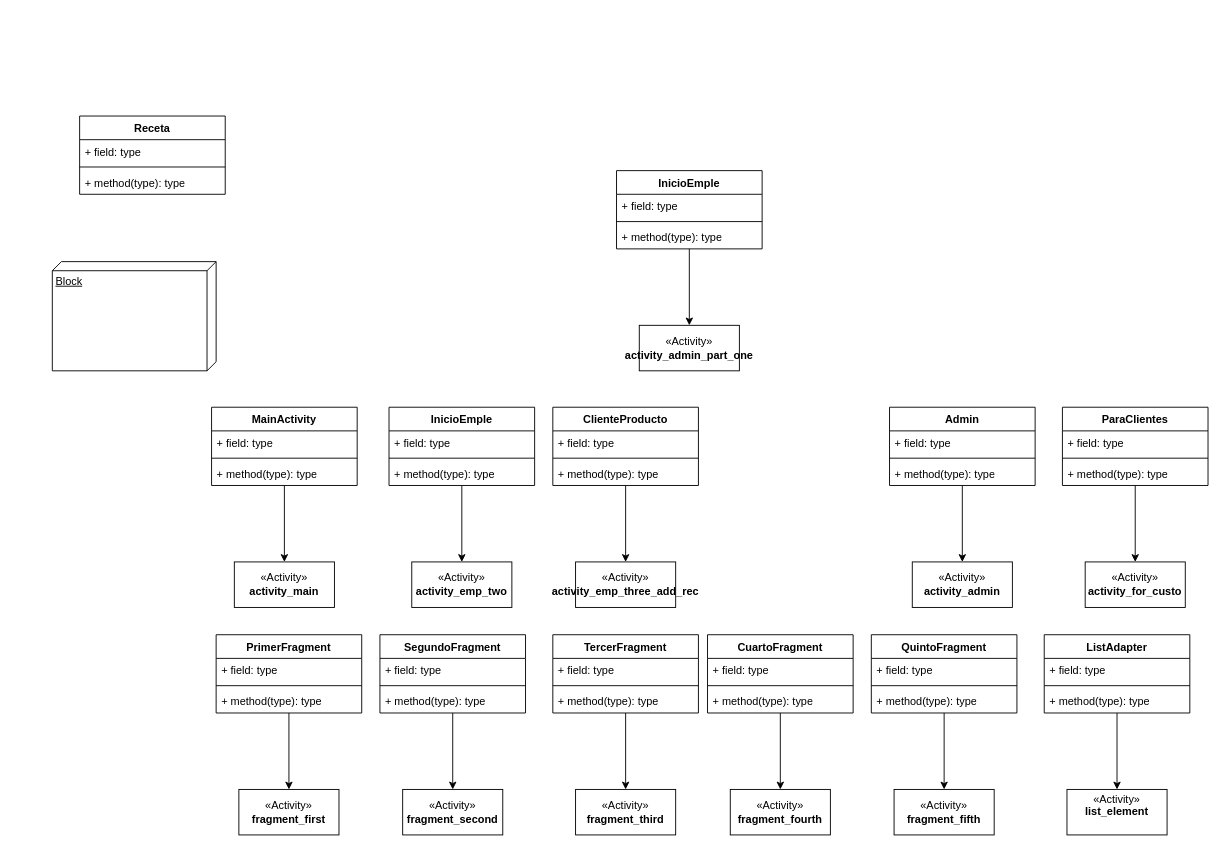
Above: ProyectoMiso.drawio in 122309/ProyectoPublicoMiso (draw.io), before the change. Source tidied: cells renumbered, new cells numbered last; positions are measured from the earlier drawing's top-left corner, leaving out a move shared by most shapes. Both pictures are drawn from the tidied source at 91%, with x=0, y=0 at pixel (52, 116).
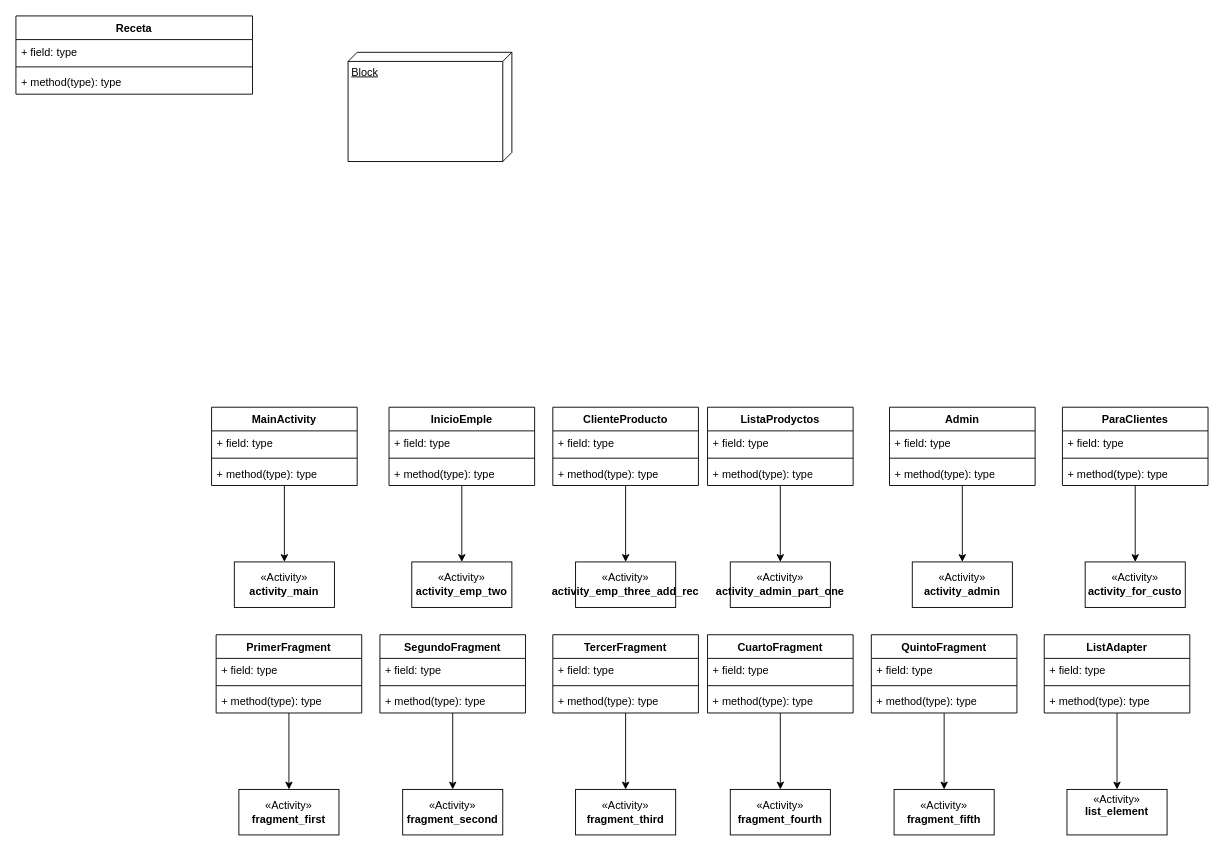
The same page after the edit.

What changed in the source:
```diff
@@
     <mxCell id="2" value="Receta" style="swimlane;fontStyle=1;align=center;verticalAlign=top;horizontal=1;startSize=26;whiteSpace=wrap;html=1;" parent="1" vertex="1">
-      <mxGeometry x="30" width="160" height="86" as="geometry" />
+      <mxGeometry x="-40" y="-110" width="260" height="86" as="geometry" />
     </mxCell>
     <mxCell id="3" value="+ field: type&lt;div&gt;&lt;br&gt;&lt;/div&gt;" style="text;strokeColor=none;fillColor=none;align=left;verticalAlign=top;spacingLeft=4;spacingRight=4;overflow=hidden;whiteSpace=wrap;html=1;" parent="2" vertex="1">
-      <mxGeometry y="26" width="160" height="26" as="geometry" />
+      <mxGeometry y="26" width="260" height="26" as="geometry" />
     </mxCell>
     <mxCell id="4" style="line;strokeWidth=1;fillColor=none;align=left;verticalAlign=middle;spacingTop=-1;spacingLeft=3;spacingRight=3;labelPosition=right;strokeColor=inherit;" parent="2" vertex="1">
-      <mxGeometry y="52" width="160" height="8" as="geometry" />
+      <mxGeometry y="52" width="260" height="8" as="geometry" />
     </mxCell>
     <mxCell id="5" value="+ method(type): type" style="text;strokeColor=none;fillColor=none;align=left;verticalAlign=top;spacingLeft=4;spacingRight=4;overflow=hidden;whiteSpace=wrap;html=1;" parent="2" vertex="1">
-      <mxGeometry y="60" width="160" height="26" as="geometry" />
+      <mxGeometry y="60" width="260" height="26" as="geometry" />
     </mxCell>
     <mxCell id="6" value="Block" style="verticalAlign=top;align=left;spacingTop=8;spacingLeft=2;spacingRight=12;shape=cube;size=10;direction=south;fontStyle=4;html=1;whiteSpace=wrap;" parent="1" vertex="1">
-      <mxGeometry y="160" width="180" height="120" as="geometry" />
+      <mxGeometry x="325" y="-70" width="180" height="120" as="geometry" />
     </mxCell>
@@
     <mxCell id="25" value="«Activity»&lt;br&gt;&lt;b&gt;activity_admin_part_one&lt;/b&gt;" style="html=1;whiteSpace=wrap;" parent="1" vertex="1">
-      <mxGeometry x="645" y="230" width="110" height="50" as="geometry" />
+      <mxGeometry x="745" y="490" width="110" height="50" as="geometry" />
     </mxCell>
@@
-    <mxCell id="27" value="InicioEmple" style="swimlane;fontStyle=1;align=center;verticalAlign=top;horizontal=1;startSize=26;whiteSpace=wrap;html=1;" parent="1" vertex="1">
-      <mxGeometry x="620" y="60" width="160" height="86" as="geometry" />
+    <mxCell id="27" value="ListaProdyctos" style="swimlane;fontStyle=1;align=center;verticalAlign=top;horizontal=1;startSize=26;whiteSpace=wrap;html=1;" parent="1" vertex="1">
+      <mxGeometry x="720" y="320" width="160" height="86" as="geometry" />
     </mxCell>
```
